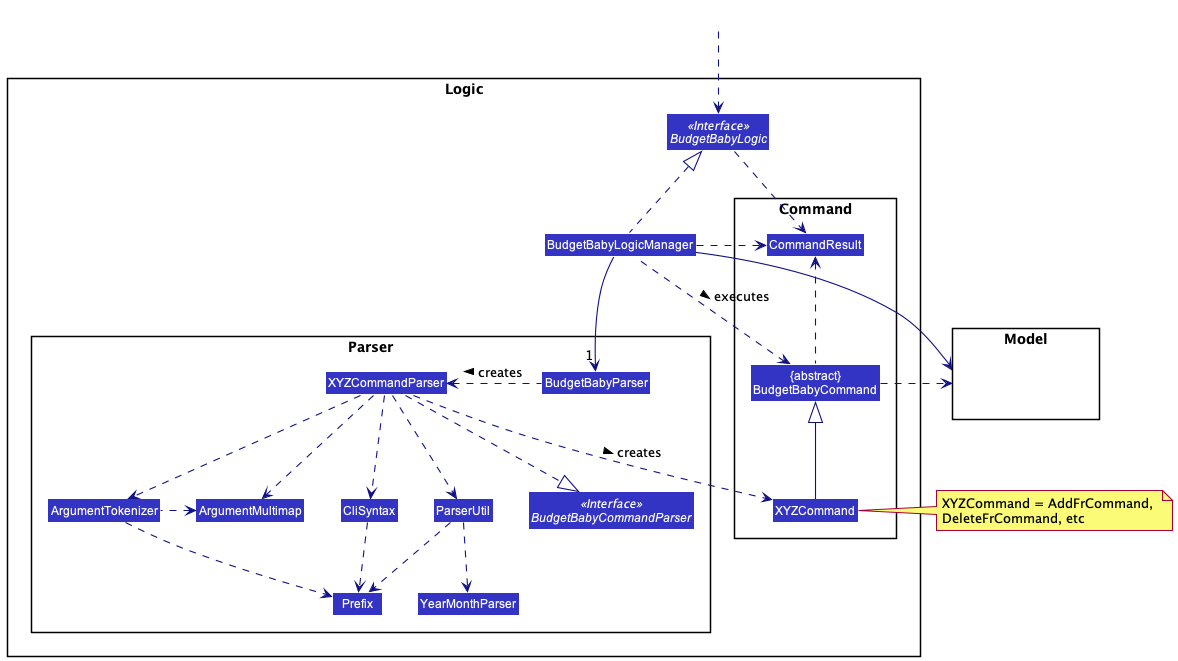
This is docs/images/LogicClassDiagram.png from nus-cs2103-AY2021S2/tp, a PlantUML export, as it was before one commit.
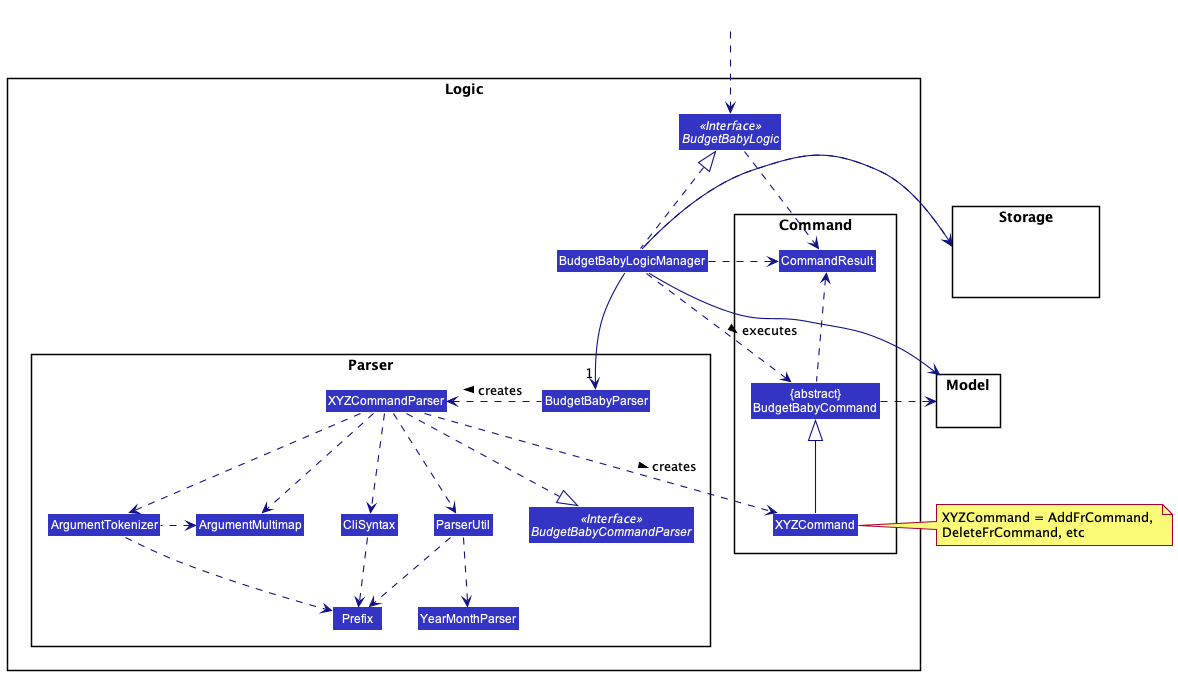
After the commit.

Commit message:
Update logic component digram in DG

What changed in the source:
```diff
@@ -28,6 +28,10 @@
 Class BudgetBabyLogicManager
 }
 
+package Storage {
+Class HiddenModel #FFFFFF
+}
+
 package Model{
 Class HiddenModel #FFFFFF
 }
@@ -53,6 +57,8 @@
 XYZCommand -up-|> BudgetBabyCommand
 BudgetBabyLogicManager .left.> BudgetBabyCommand : executes >
 
+BudgetBabyLogicManager --> Storage
+BudgetBabyLogicManager .left.> Storage
 BudgetBabyLogicManager --> Model
 BudgetBabyCommand .right.> Model
 note right of XYZCommand: XYZCommand = AddFrCommand, \nDeleteFrCommand, etc
```
